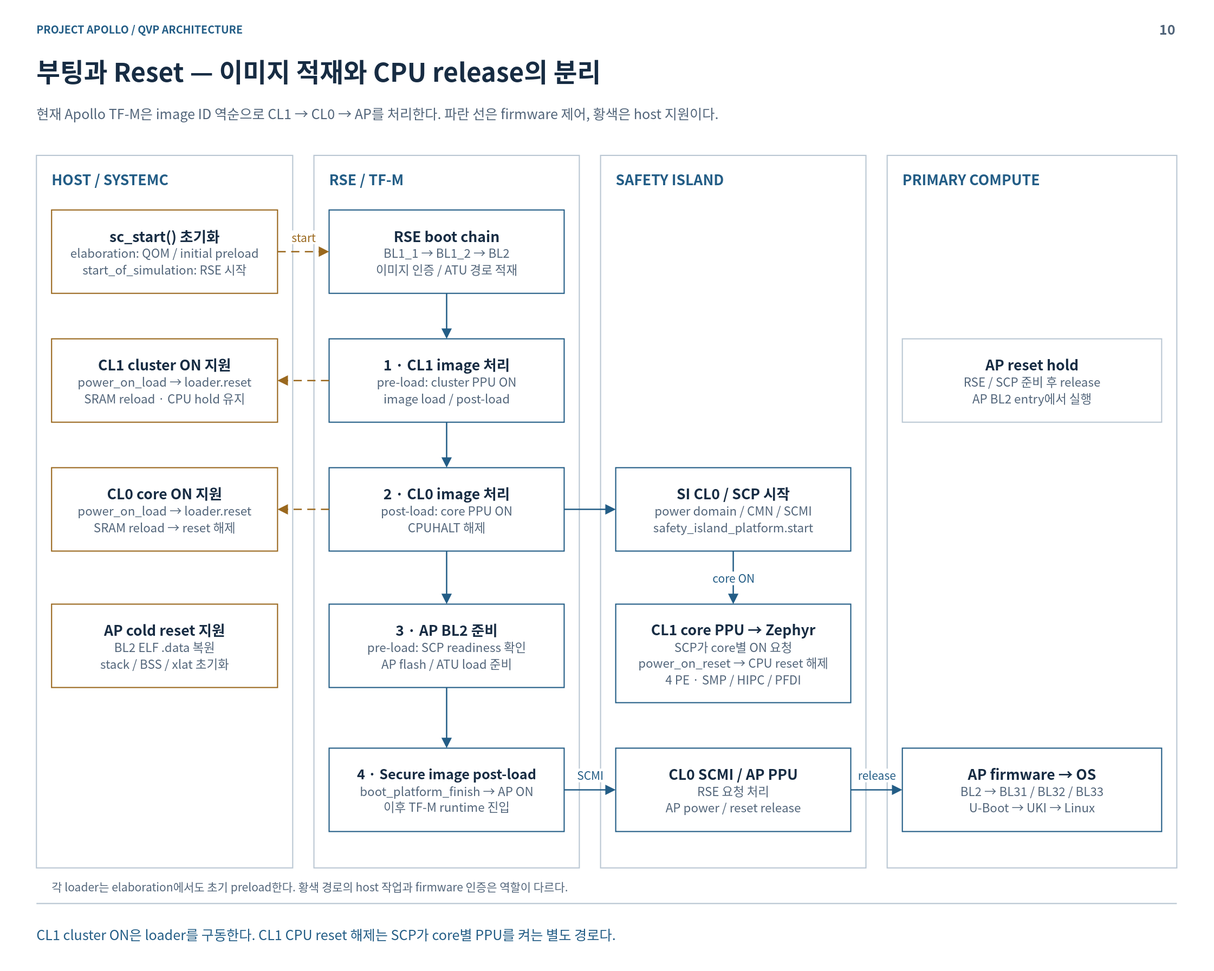
Above: doc/phase1/qbox/diagrams/10-boot.drawio.svg in cometzero/project-apollo (draw.io), before the change. Source tidied: cells renumbered, new cells last; positions are measured from the earlier drawing's top-left corner, leaving out a move shared by most shapes.
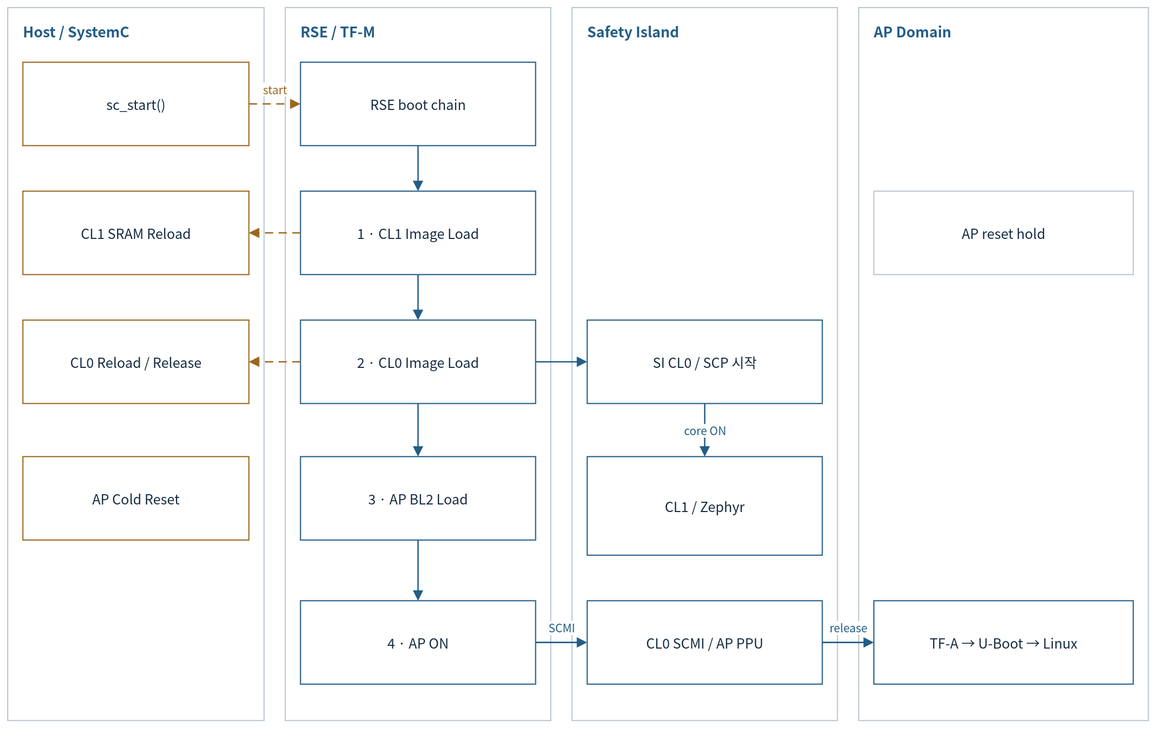
The same file after the commit.

What changed in the source:
```diff
@@ -2,34 +2,10 @@
   <root>
     <mxCell id="0" />
     <mxCell id="1" parent="0" />
-    <mxCell id="2" style="rounded=0;whiteSpace=wrap;html=1;fillColor=#FFFFFF;strokeColor=none;strokeWidth=1.5;fontColor=#172C43;fontFamily=Noto Sans CJK KR;fontSize=18;spacing=14;" parent="1" vertex="1">
-      <mxGeometry width="1600" height="1280" as="geometry" />
-    </mxCell>
-    <mxCell id="3" value="PROJECT APOLLO  /  QVP ARCHITECTURE" style="rounded=0;whiteSpace=wrap;html=1;fillColor=#FFFFFF;strokeColor=none;strokeWidth=1.5;fontColor=#172C43;fontFamily=Noto Sans CJK KR;fontSize=18;spacing=14;fillColor=none;align=left;verticalAlign=middle;spacing=0;fontSize=14;fontColor=#235D86;fontStyle=1;" parent="1" vertex="1">
-      <mxGeometry x="48" y="26" width="1400" height="24" as="geometry" />
-    </mxCell>
-    <mxCell id="4" value="10" style="rounded=0;whiteSpace=wrap;html=1;fillColor=#FFFFFF;strokeColor=none;strokeWidth=1.5;fontColor=#172C43;fontFamily=Noto Sans CJK KR;fontSize=18;spacing=14;fillColor=none;align=right;verticalAlign=middle;spacing=0;fontSize=18;fontColor=#52657A;fontStyle=1;" parent="1" vertex="1">
-      <mxGeometry x="1485" y="23" width="65" height="30" as="geometry" />
-    </mxCell>
-    <mxCell id="5" value="부팅과 Reset — 이미지 적재와 CPU release의 분리" style="rounded=0;whiteSpace=wrap;html=1;fillColor=#FFFFFF;strokeColor=none;strokeWidth=1.5;fontColor=#172C43;fontFamily=Noto Sans CJK KR;fontSize=18;spacing=14;fillColor=none;align=left;verticalAlign=middle;spacing=0;fontSize=34;fontColor=#172C43;fontStyle=1;" parent="1" vertex="1">
-      <mxGeometry x="48" y="67" width="1504" height="54" as="geometry" />
-    </mxCell>
-    <mxCell id="6" value="현재 Apollo TF-M은 image ID 역순으로 CL1 → CL0 → AP를 처리한다. 파란 선은 firmware 제어, 황색은 host 지원이다." style="rounded=0;whiteSpace=wrap;html=1;fillColor=#FFFFFF;strokeColor=none;strokeWidth=1.5;fontColor=#172C43;fontFamily=Noto Sans CJK KR;fontSize=18;spacing=14;fillColor=none;align=left;verticalAlign=middle;spacing=0;fontSize=18;fontColor=#52657A;" parent="1" vertex="1">
-      <mxGeometry x="48" y="127" width="1504" height="44" as="geometry" />
-    </mxCell>
-    <mxCell id="7" style="html=1;rounded=0;edgeStyle=none;endArrow=none;endSize=9;strokeColor=#BAC7D3;strokeWidth=1.6;fontColor=#BAC7D3;fontFamily=Noto Sans CJK KR;fontSize=15;labelBackgroundColor=#FFFFFF;" parent="1" edge="1">
-      <mxGeometry relative="1" as="geometry">
-        <mxPoint x="48" y="1192" as="sourcePoint" />
-        <mxPoint x="1552" y="1192" as="targetPoint" />
-      </mxGeometry>
-    </mxCell>
-    <mxCell id="8" value="CL1 cluster ON은 loader를 구동한다. CL1 CPU reset 해제는 SCP가 core별 PPU를 켜는 별도 경로다." style="rounded=0;whiteSpace=wrap;html=1;fillColor=#FFFFFF;strokeColor=none;strokeWidth=1.5;fontColor=#172C43;fontFamily=Noto Sans CJK KR;fontSize=18;spacing=14;fillColor=none;align=left;verticalAlign=middle;spacing=0;fontSize=18;fontColor=#235D86;" parent="1" vertex="1">
-      <mxGeometry x="48" y="1206" width="1504" height="52" as="geometry" />
-    </mxCell>
     <mxCell id="9" style="rounded=0;whiteSpace=wrap;html=1;fillColor=#FFFFFF;strokeColor=#BAC7D3;strokeWidth=1.5;fontColor=#172C43;fontFamily=Noto Sans CJK KR;fontSize=18;spacing=14;" parent="1" vertex="1">
       <mxGeometry x="48" y="205" width="338" height="940" as="geometry" />
     </mxCell>
-    <mxCell id="10" value="HOST / SYSTEMC" style="rounded=0;whiteSpace=wrap;html=1;fillColor=#FFFFFF;strokeColor=none;strokeWidth=1.5;fontColor=#172C43;fontFamily=Noto Sans CJK KR;fontSize=18;spacing=14;fillColor=none;align=left;verticalAlign=middle;spacing=0;fontSize=19;fontColor=#235D86;fontStyle=1;" parent="1" vertex="1">
+    <mxCell id="10" value="Host / SystemC" style="rounded=0;whiteSpace=wrap;html=1;fillColor=#FFFFFF;strokeColor=none;strokeWidth=1.5;fontColor=#172C43;fontFamily=Noto Sans CJK KR;fontSize=18;spacing=14;fillColor=none;align=left;verticalAlign=middle;spacing=0;fontSize=19;fontColor=#235D86;fontStyle=1;" parent="1" vertex="1">
       <mxGeometry x="68" y="220" width="298" height="32" as="geometry" />
     </mxCell>
     <mxCell id="11" style="rounded=0;whiteSpace=wrap;html=1;fillColor=#FFFFFF;strokeColor=#BAC7D3;strokeWidth=1.5;fontColor=#172C43;fontFamily=Noto Sans CJK KR;fontSize=18;spacing=14;" parent="1" vertex="1">
@@ -41,55 +17,55 @@
     <mxCell id="13" style="rounded=0;whiteSpace=wrap;html=1;fillColor=#FFFFFF;strokeColor=#BAC7D3;strokeWidth=1.5;fontColor=#172C43;fontFamily=Noto Sans CJK KR;fontSize=18;spacing=14;" parent="1" vertex="1">
       <mxGeometry x="792" y="205" width="350" height="940" as="geometry" />
     </mxCell>
-    <mxCell id="14" value="SAFETY ISLAND" style="rounded=0;whiteSpace=wrap;html=1;fillColor=#FFFFFF;strokeColor=none;strokeWidth=1.5;fontColor=#172C43;fontFamily=Noto Sans CJK KR;fontSize=18;spacing=14;fillColor=none;align=left;verticalAlign=middle;spacing=0;fontSize=19;fontColor=#235D86;fontStyle=1;" parent="1" vertex="1">
+    <mxCell id="14" value="Safety Island" style="rounded=0;whiteSpace=wrap;html=1;fillColor=#FFFFFF;strokeColor=none;strokeWidth=1.5;fontColor=#172C43;fontFamily=Noto Sans CJK KR;fontSize=18;spacing=14;fillColor=none;align=left;verticalAlign=middle;spacing=0;fontSize=19;fontColor=#235D86;fontStyle=1;" parent="1" vertex="1">
       <mxGeometry x="812" y="220" width="310" height="32" as="geometry" />
     </mxCell>
     <mxCell id="15" style="rounded=0;whiteSpace=wrap;html=1;fillColor=#FFFFFF;strokeColor=#BAC7D3;strokeWidth=1.5;fontColor=#172C43;fontFamily=Noto Sans CJK KR;fontSize=18;spacing=14;" parent="1" vertex="1">
       <mxGeometry x="1170" y="205" width="382" height="940" as="geometry" />
     </mxCell>
-    <mxCell id="16" value="PRIMARY COMPUTE" style="rounded=0;whiteSpace=wrap;html=1;fillColor=#FFFFFF;strokeColor=none;strokeWidth=1.5;fontColor=#172C43;fontFamily=Noto Sans CJK KR;fontSize=18;spacing=14;fillColor=none;align=left;verticalAlign=middle;spacing=0;fontSize=19;fontColor=#235D86;fontStyle=1;" parent="1" vertex="1">
+    <mxCell id="16" value="AP Domain" style="rounded=0;whiteSpace=wrap;html=1;fillColor=#FFFFFF;strokeColor=none;strokeWidth=1.5;fontColor=#172C43;fontFamily=Noto Sans CJK KR;fontSize=18;spacing=14;fillColor=none;align=left;verticalAlign=middle;spacing=0;fontSize=19;fontColor=#235D86;fontStyle=1;" parent="1" vertex="1">
       <mxGeometry x="1190" y="220" width="342" height="32" as="geometry" />
     </mxCell>
-    <mxCell id="17" value="&lt;b style=&quot;font-size:19px&quot;&gt;sc_start() 초기화&lt;/b&gt;&lt;br&gt;&lt;font color=&quot;#52657A&quot; style=&quot;font-size:16px&quot;&gt;elaboration: QOM / initial preload&lt;br&gt;start_of_simulation: RSE 시작&lt;/font&gt;" style="rounded=0;whiteSpace=wrap;html=1;fillColor=#FFFFFF;strokeColor=#9A681E;strokeWidth=1.5;fontColor=#172C43;fontFamily=Noto Sans CJK KR;fontSize=18;spacing=14;" parent="1" vertex="1">
+    <mxCell id="17" value="sc_start()" style="rounded=0;whiteSpace=wrap;html=1;fillColor=#FFFFFF;strokeColor=#9A681E;strokeWidth=1.5;fontColor=#172C43;fontFamily=Noto Sans CJK KR;fontSize=18;spacing=14;" parent="1" vertex="1">
       <mxGeometry x="68" y="277" width="298" height="110" as="geometry" />
     </mxCell>
-    <mxCell id="18" value="&lt;b style=&quot;font-size:19px&quot;&gt;CL1 cluster ON 지원&lt;/b&gt;&lt;br&gt;&lt;font color=&quot;#52657A&quot; style=&quot;font-size:16px&quot;&gt;power_on_load → loader.reset&lt;br&gt;SRAM reload · CPU hold 유지&lt;/font&gt;" style="rounded=0;whiteSpace=wrap;html=1;fillColor=#FFFFFF;strokeColor=#9A681E;strokeWidth=1.5;fontColor=#172C43;fontFamily=Noto Sans CJK KR;fontSize=18;spacing=14;" parent="1" vertex="1">
+    <mxCell id="18" value="CL1 SRAM Reload" style="rounded=0;whiteSpace=wrap;html=1;fillColor=#FFFFFF;strokeColor=#9A681E;strokeWidth=1.5;fontColor=#172C43;fontFamily=Noto Sans CJK KR;fontSize=18;spacing=14;" parent="1" vertex="1">
       <mxGeometry x="68" y="447" width="298" height="110" as="geometry" />
     </mxCell>
-    <mxCell id="19" value="&lt;b style=&quot;font-size:19px&quot;&gt;CL0 core ON 지원&lt;/b&gt;&lt;br&gt;&lt;font color=&quot;#52657A&quot; style=&quot;font-size:16px&quot;&gt;power_on_load → loader.reset&lt;br&gt;SRAM reload → reset 해제&lt;/font&gt;" style="rounded=0;whiteSpace=wrap;html=1;fillColor=#FFFFFF;strokeColor=#9A681E;strokeWidth=1.5;fontColor=#172C43;fontFamily=Noto Sans CJK KR;fontSize=18;spacing=14;" parent="1" vertex="1">
+    <mxCell id="19" value="CL0 Reload / Release" style="rounded=0;whiteSpace=wrap;html=1;fillColor=#FFFFFF;strokeColor=#9A681E;strokeWidth=1.5;fontColor=#172C43;fontFamily=Noto Sans CJK KR;fontSize=18;spacing=14;" parent="1" vertex="1">
       <mxGeometry x="68" y="617" width="298" height="110" as="geometry" />
     </mxCell>
-    <mxCell id="20" value="&lt;b style=&quot;font-size:19px&quot;&gt;AP cold reset 지원&lt;/b&gt;&lt;br&gt;&lt;font color=&quot;#52657A&quot; style=&quot;font-size:16px&quot;&gt;BL2 ELF .data 복원&lt;br&gt;stack / BSS / xlat 초기화&lt;/font&gt;" style="rounded=0;whiteSpace=wrap;html=1;fillColor=#FFFFFF;strokeColor=#9A681E;strokeWidth=1.5;fontColor=#172C43;fontFamily=Noto Sans CJK KR;fontSize=18;spacing=14;" parent="1" vertex="1">
+    <mxCell id="20" value="AP Cold Reset" style="rounded=0;whiteSpace=wrap;html=1;fillColor=#FFFFFF;strokeColor=#9A681E;strokeWidth=1.5;fontColor=#172C43;fontFamily=Noto Sans CJK KR;fontSize=18;spacing=14;" parent="1" vertex="1">
       <mxGeometry x="68" y="797" width="298" height="110" as="geometry" />
     </mxCell>
-    <mxCell id="21" value="&lt;b style=&quot;font-size:19px&quot;&gt;RSE boot chain&lt;/b&gt;&lt;br&gt;&lt;font color=&quot;#52657A&quot; style=&quot;font-size:16px&quot;&gt;BL1_1 → BL1_2 → BL2&lt;br&gt;이미지 인증 / ATU 경로 적재&lt;/font&gt;" style="rounded=0;whiteSpace=wrap;html=1;fillColor=#FFFFFF;strokeColor=#235D86;strokeWidth=1.5;fontColor=#172C43;fontFamily=Noto Sans CJK KR;fontSize=18;spacing=14;" parent="1" vertex="1">
+    <mxCell id="21" value="RSE boot chain" style="rounded=0;whiteSpace=wrap;html=1;fillColor=#FFFFFF;strokeColor=#235D86;strokeWidth=1.5;fontColor=#172C43;fontFamily=Noto Sans CJK KR;fontSize=18;spacing=14;" parent="1" vertex="1">
       <mxGeometry x="434" y="277" width="310" height="110" as="geometry" />
     </mxCell>
-    <mxCell id="22" value="&lt;b style=&quot;font-size:19px&quot;&gt;1 · CL1 image 처리&lt;/b&gt;&lt;br&gt;&lt;font color=&quot;#52657A&quot; style=&quot;font-size:16px&quot;&gt;pre-load: cluster PPU ON&lt;br&gt;image load / post-load&lt;/font&gt;" style="rounded=0;whiteSpace=wrap;html=1;fillColor=#FFFFFF;strokeColor=#235D86;strokeWidth=1.5;fontColor=#172C43;fontFamily=Noto Sans CJK KR;fontSize=18;spacing=14;" parent="1" vertex="1">
+    <mxCell id="22" value="1 · CL1 Image Load" style="rounded=0;whiteSpace=wrap;html=1;fillColor=#FFFFFF;strokeColor=#235D86;strokeWidth=1.5;fontColor=#172C43;fontFamily=Noto Sans CJK KR;fontSize=18;spacing=14;" parent="1" vertex="1">
       <mxGeometry x="434" y="447" width="310" height="110" as="geometry" />
     </mxCell>
-    <mxCell id="23" value="&lt;b style=&quot;font-size:19px&quot;&gt;2 · CL0 image 처리&lt;/b&gt;&lt;br&gt;&lt;font color=&quot;#52657A&quot; style=&quot;font-size:16px&quot;&gt;post-load: core PPU ON&lt;br&gt;CPUHALT 해제&lt;/font&gt;" style="rounded=0;whiteSpace=wrap;html=1;fillColor=#FFFFFF;strokeColor=#235D86;strokeWidth=1.5;fontColor=#172C43;fontFamily=Noto Sans CJK KR;fontSize=18;spacing=14;" parent="1" vertex="1">
+    <mxCell id="23" value="2 · CL0 Image Load" style="rounded=0;whiteSpace=wrap;html=1;fillColor=#FFFFFF;strokeColor=#235D86;strokeWidth=1.5;fontColor=#172C43;fontFamily=Noto Sans CJK KR;fontSize=18;spacing=14;" parent="1" vertex="1">
       <mxGeometry x="434" y="617" width="310" height="110" as="geometry" />
     </mxCell>
-    <mxCell id="24" value="&lt;b style=&quot;font-size:19px&quot;&gt;3 · AP BL2 준비&lt;/b&gt;&lt;br&gt;&lt;font color=&quot;#52657A&quot; style=&quot;font-size:16px&quot;&gt;pre-load: SCP readiness 확인&lt;br&gt;AP flash / ATU load 준비&lt;/font&gt;" style="rounded=0;whiteSpace=wrap;html=1;fillColor=#FFFFFF;strokeColor=#235D86;strokeWidth=1.5;fontColor=#172C43;fontFamily=Noto Sans CJK KR;fontSize=18;spacing=14;" parent="1" vertex="1">
+    <mxCell id="24" value="3 · AP BL2 Load" style="rounded=0;whiteSpace=wrap;html=1;fillColor=#FFFFFF;strokeColor=#235D86;strokeWidth=1.5;fontColor=#172C43;fontFamily=Noto Sans CJK KR;fontSize=18;spacing=14;" parent="1" vertex="1">
       <mxGeometry x="434" y="797" width="310" height="110" as="geometry" />
     </mxCell>
-    <mxCell id="25" value="&lt;b style=&quot;font-size:18px&quot;&gt;4 · Secure image post-load&lt;/b&gt;&lt;br&gt;&lt;font color=&quot;#52657A&quot; style=&quot;font-size:16px&quot;&gt;boot_platform_finish → AP ON&lt;br&gt;이후 TF-M runtime 진입&lt;/font&gt;" style="rounded=0;whiteSpace=wrap;html=1;fillColor=#FFFFFF;strokeColor=#235D86;strokeWidth=1.5;fontColor=#172C43;fontFamily=Noto Sans CJK KR;fontSize=18;spacing=14;" parent="1" vertex="1">
+    <mxCell id="25" value="4 · AP ON" style="rounded=0;whiteSpace=wrap;html=1;fillColor=#FFFFFF;strokeColor=#235D86;strokeWidth=1.5;fontColor=#172C43;fontFamily=Noto Sans CJK KR;fontSize=18;spacing=14;" parent="1" vertex="1">
       <mxGeometry x="434" y="987" width="310" height="110" as="geometry" />
     </mxCell>
-    <mxCell id="26" value="&lt;b style=&quot;font-size:19px&quot;&gt;SI CL0 / SCP 시작&lt;/b&gt;&lt;br&gt;&lt;font color=&quot;#52657A&quot; style=&quot;font-size:16px&quot;&gt;power domain / CMN / SCMI&lt;br&gt;safety_island_platform.start&lt;/font&gt;" style="rounded=0;whiteSpace=wrap;html=1;fillColor=#FFFFFF;strokeColor=#235D86;strokeWidth=1.5;fontColor=#172C43;fontFamily=Noto Sans CJK KR;fontSize=18;spacing=14;" parent="1" vertex="1">
+    <mxCell id="26" value="SI CL0 / SCP 시작" style="rounded=0;whiteSpace=wrap;html=1;fillColor=#FFFFFF;strokeColor=#235D86;strokeWidth=1.5;fontColor=#172C43;fontFamily=Noto Sans CJK KR;fontSize=18;spacing=14;" parent="1" vertex="1">
       <mxGeometry x="812" y="617" width="310" height="110" as="geometry" />
     </mxCell>
-    <mxCell id="27" value="&lt;b style=&quot;font-size:19px&quot;&gt;CL1 core PPU → Zephyr&lt;/b&gt;&lt;br&gt;&lt;font color=&quot;#52657A&quot; style=&quot;font-size:16px&quot;&gt;SCP가 core별 ON 요청&lt;br&gt;power_on_reset → CPU reset 해제&lt;br&gt;4 PE · SMP / HIPC / PFDI&lt;/font&gt;" style="rounded=0;whiteSpace=wrap;html=1;fillColor=#FFFFFF;strokeColor=#235D86;strokeWidth=1.5;fontColor=#172C43;fontFamily=Noto Sans CJK KR;fontSize=18;spacing=14;" parent="1" vertex="1">
+    <mxCell id="27" value="CL1 / Zephyr" style="rounded=0;whiteSpace=wrap;html=1;fillColor=#FFFFFF;strokeColor=#235D86;strokeWidth=1.5;fontColor=#172C43;fontFamily=Noto Sans CJK KR;fontSize=18;spacing=14;" parent="1" vertex="1">
       <mxGeometry x="812" y="797" width="310" height="130" as="geometry" />
     </mxCell>
-    <mxCell id="28" value="&lt;b style=&quot;font-size:19px&quot;&gt;CL0 SCMI / AP PPU&lt;/b&gt;&lt;br&gt;&lt;font color=&quot;#52657A&quot; style=&quot;font-size:16px&quot;&gt;RSE 요청 처리&lt;br&gt;AP power / reset release&lt;/font&gt;" style="rounded=0;whiteSpace=wrap;html=1;fillColor=#FFFFFF;strokeColor=#235D86;strokeWidth=1.5;fontColor=#172C43;fontFamily=Noto Sans CJK KR;fontSize=18;spacing=14;" parent="1" vertex="1">
+    <mxCell id="28" value="CL0 SCMI / AP PPU" style="rounded=0;whiteSpace=wrap;html=1;fillColor=#FFFFFF;strokeColor=#235D86;strokeWidth=1.5;fontColor=#172C43;fontFamily=Noto Sans CJK KR;fontSize=18;spacing=14;" parent="1" vertex="1">
       <mxGeometry x="812" y="987" width="310" height="110" as="geometry" />
     </mxCell>
-    <mxCell id="29" value="&lt;b style=&quot;font-size:19px&quot;&gt;AP reset hold&lt;/b&gt;&lt;br&gt;&lt;font color=&quot;#52657A&quot; style=&quot;font-size:16px&quot;&gt;RSE / SCP 준비 후 release&lt;br&gt;AP BL2 entry에서 실행&lt;/font&gt;" style="rounded=0;whiteSpace=wrap;html=1;fillColor=#FFFFFF;strokeColor=#BAC7D3;strokeWidth=1.5;fontColor=#172C43;fontFamily=Noto Sans CJK KR;fontSize=18;spacing=14;" parent="1" vertex="1">
+    <mxCell id="29" value="AP reset hold" style="rounded=0;whiteSpace=wrap;html=1;fillColor=#FFFFFF;strokeColor=#BAC7D3;strokeWidth=1.5;fontColor=#172C43;fontFamily=Noto Sans CJK KR;fontSize=18;spacing=14;" parent="1" vertex="1">
       <mxGeometry x="1190" y="447" width="342" height="110" as="geometry" />
     </mxCell>
-    <mxCell id="30" value="&lt;b style=&quot;font-size:19px&quot;&gt;AP firmware → OS&lt;/b&gt;&lt;br&gt;&lt;font color=&quot;#52657A&quot; style=&quot;font-size:16px&quot;&gt;BL2 → BL31 / BL32 / BL33&lt;br&gt;U-Boot → UKI → Linux&lt;/font&gt;" style="rounded=0;whiteSpace=wrap;html=1;fillColor=#FFFFFF;strokeColor=#235D86;strokeWidth=1.5;fontColor=#172C43;fontFamily=Noto Sans CJK KR;fontSize=18;spacing=14;" parent="1" vertex="1">
+    <mxCell id="30" value="TF-A → U-Boot → Linux" style="rounded=0;whiteSpace=wrap;html=1;fillColor=#FFFFFF;strokeColor=#235D86;strokeWidth=1.5;fontColor=#172C43;fontFamily=Noto Sans CJK KR;fontSize=18;spacing=14;" parent="1" vertex="1">
       <mxGeometry x="1190" y="987" width="342" height="110" as="geometry" />
     </mxCell>
     <mxCell id="31" value="start" style="html=1;whiteSpace=nowrap;rounded=0;edgeStyle=none;endArrow=block;endFill=1;endSize=9;strokeColor=#9A681E;strokeWidth=1.8;fontColor=#9A681E;fontFamily=Noto Sans CJK KR;fontSize=15;labelBackgroundColor=#FFFFFF;exitX=1;exitY=0.5;exitDx=0;exitDy=0;entryX=0;entryY=0.5;entryDx=0;entryDy=0;dashed=1;dashPattern=6 4;" parent="1" edge="1" source="17" target="21">
@@ -131,8 +107,5 @@
         <mxPoint y="-20" as="offset" />
       </mxGeometry>
     </mxCell>
-    <mxCell id="42" value="각 loader는 elaboration에서도 초기 preload한다. 황색 경로의 host 작업과 firmware 인증은 역할이 다르다." style="rounded=0;whiteSpace=wrap;html=1;fillColor=#FFFFFF;strokeColor=none;strokeWidth=1.5;fontColor=#172C43;fontFamily=Noto Sans CJK KR;fontSize=18;spacing=14;fillColor=none;align=left;verticalAlign=middle;spacing=0;fontSize=15;fontColor=#52657A;" parent="1" vertex="1">
-      <mxGeometry x="68" y="1156" width="1464" height="25" as="geometry" />
-    </mxCell>
   </root>
 </mxGraphModel>
```
